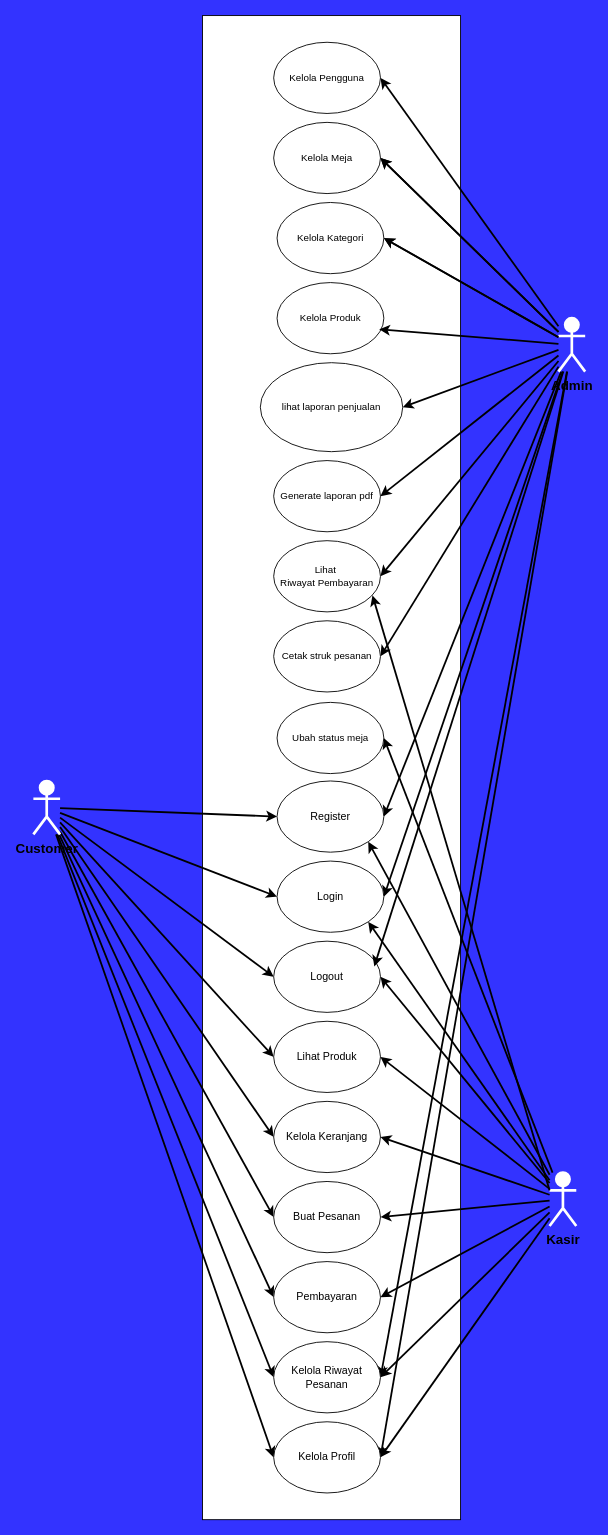
This is assets/uml/use-case.drawio from RIOKOWI/warmindo_purnama_flutter, a draw.io file, before an edit. Source tidied: cells renumbered, new cells numbered last; positions are measured from the earlier drawing's top-left corner, leaving out a move shared by most shapes. Both pictures are drawn from the tidied source at 89%, with x=0, y=0 at pixel (33, 15).
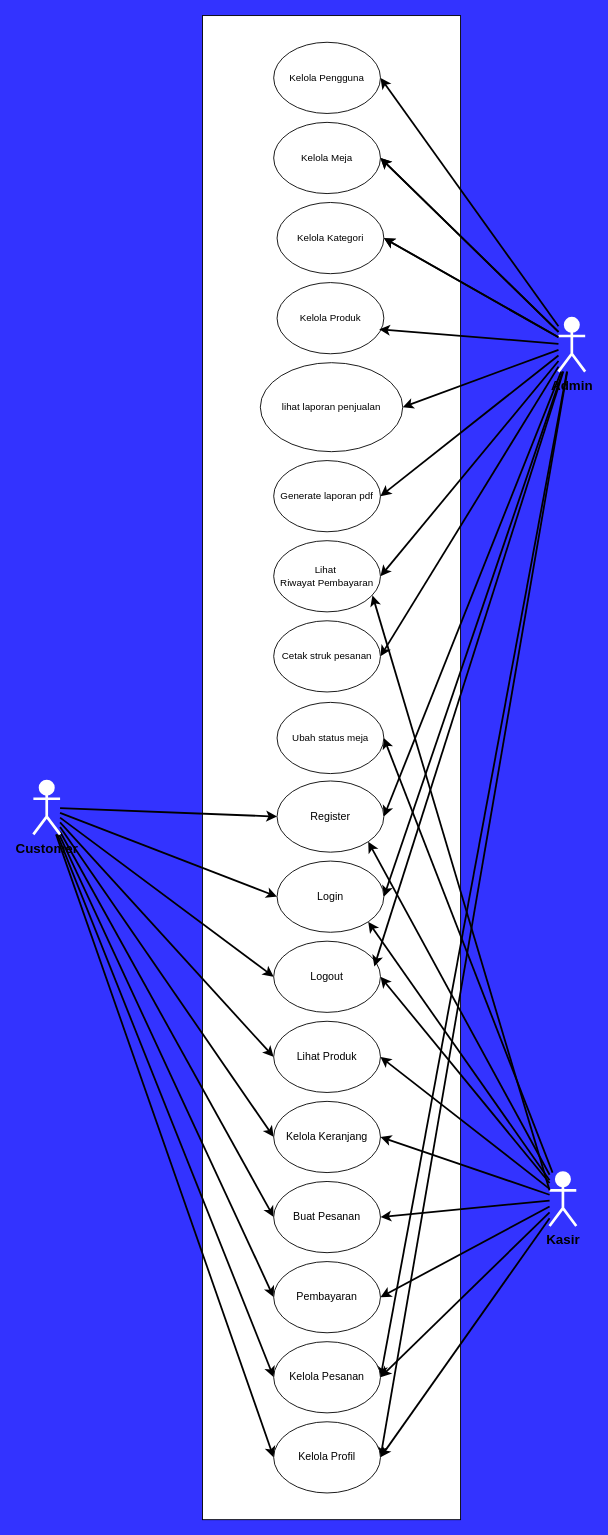
Above is the later version.

Commit message (it also covers changes not shown here):
docs(uml): create activity diagram manage order

The edit, as a diff of the source:
```diff
@@
-    <mxCell id="55" value="Kelola Riwayat Pesanan" style="ellipse;whiteSpace=wrap;html=1;" parent="1" vertex="1">
+    <mxCell id="55" value="Kelola Pesanan" style="ellipse;whiteSpace=wrap;html=1;" parent="1" vertex="1">
       <mxGeometry x="270" y="1490" width="120" height="80" as="geometry" />
     </mxCell>
```
